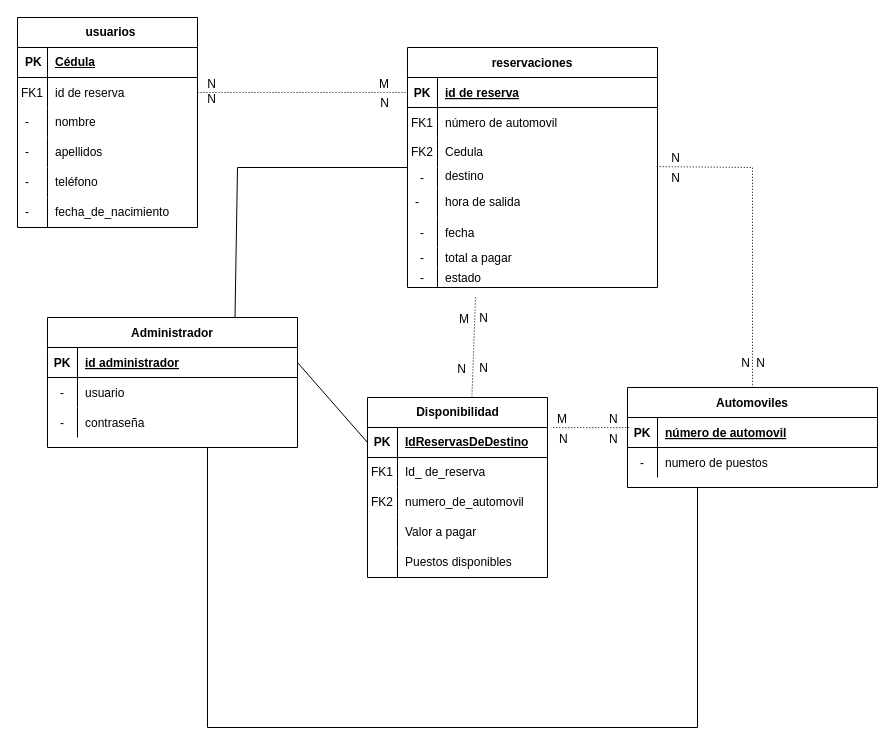
This is Diagrama_Identidad_Relacion.drawio from camiloGHS21/cacharrito_backend, a draw.io file, before an edit. Source tidied: cells renumbered, new cells numbered last; positions are measured from the earlier drawing's top-left corner, leaving out a move shared by most shapes. Both pictures are drawn from the tidied source at 100%, with x=0, y=0 at pixel (17, 17).
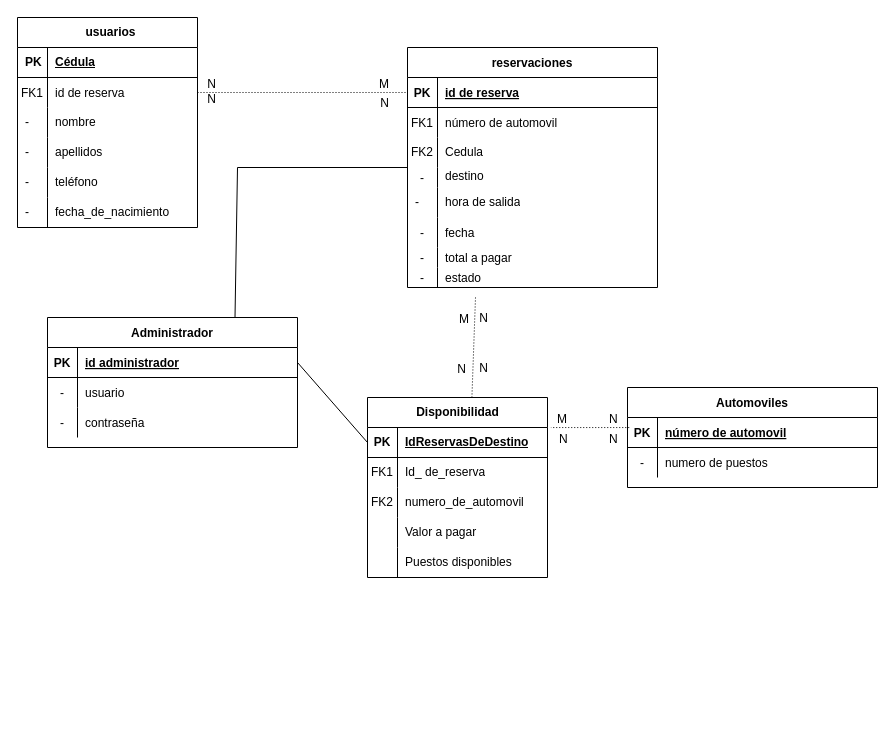
After the change.

The change refers to these unchanged cells:
```xml
<mxCell id="3" style="group;" parent="2" vertex="1">
  <mxGeometry width="860" height="630" as="geometry" />
</mxCell>
<mxCell id="14" style="shape=partialRectangle;fillColor=none;points=[[0,0.5],[1,0.5]];portConstraint=eastwest;top=0;left=0;right=0;bottom=0;" parent="4" vertex="1">
  <mxGeometry y="120" width="250" height="20" as="geometry" />
</mxCell>
<mxCell id="58" value="Automoviles" style="shape=table;startSize=30;childLayout=tableLayout;rowLines=0;fontStyle=1;align=center;" parent="3" vertex="1">
  <mxGeometry x="610" y="370" width="250" height="100" as="geometry" />
</mxCell>
```

Change to the diagram source:
```diff
@@
-    <mxCell id="68" value="N" style="html=1;whiteSpace=wrap;align=right;verticalAlign=bottom;" parent="3" vertex="1">
+    <mxCell id="68" style="html=1;whiteSpace=wrap;align=right;verticalAlign=bottom;" parent="3" vertex="1">
       <mxGeometry x="650" y="180" as="geometry">
         <mxPoint x="14" y="-11" as="offset" />
       </mxGeometry>
     </mxCell>
-    <mxCell id="69" value="N" style="html=1;whiteSpace=wrap;align=right;verticalAlign=bottom;" parent="3" vertex="1">
+    <mxCell id="69" style="html=1;whiteSpace=wrap;align=right;verticalAlign=bottom;" parent="3" vertex="1">
       <mxGeometry x="650" y="160" as="geometry">
         <mxPoint x="14" y="-11" as="offset" />
       </mxGeometry>
     </mxCell>
-    <mxCell id="70" value="N" style="html=1;whiteSpace=wrap;align=right;verticalAlign=bottom;" parent="3" vertex="1">
+    <mxCell id="70" style="html=1;whiteSpace=wrap;align=right;verticalAlign=bottom;" parent="3" vertex="1">
       <mxGeometry x="720" y="365" as="geometry">
         <mxPoint x="14" y="-11" as="offset" />
       </mxGeometry>
     </mxCell>
-    <mxCell id="71" value="N" style="html=1;whiteSpace=wrap;align=right;verticalAlign=bottom;" parent="3" vertex="1">
-      <mxGeometry x="735" y="365" as="geometry">
-        <mxPoint x="14" y="-11" as="offset" />
-      </mxGeometry>
-    </mxCell>
-    <mxCell id="72" style="endArrow=none;html=1;rounded=0;dashed=1;dashPattern=1 2;entryX=0.5;entryY=0;entryDx=0;entryDy=0;exitX=0.997;exitY=-0.045;exitDx=0;exitDy=0;exitPerimeter=0;" parent="3" edge="1" source="14" target="58">
-      <mxGeometry relative="1" as="geometry">
-        <Array as="points">
-          <mxPoint x="735" y="150" />
-        </Array>
-      </mxGeometry>
-    </mxCell>
@@
-    <mxCell id="104" style="endArrow=none;html=1;rounded=0;" parent="3" edge="1">
-      <mxGeometry relative="1" as="geometry">
-        <mxPoint x="190" y="430" as="sourcePoint" />
-        <mxPoint x="680" y="470" as="targetPoint" />
-        <Array as="points">
-          <mxPoint x="190" y="710" />
-          <mxPoint x="680" y="710" />
-        </Array>
-      </mxGeometry>
-    </mxCell>
-    <mxCell id="105" style="html=1;whiteSpace=wrap;align=right;verticalAlign=bottom;" parent="104" vertex="1">
-      <mxGeometry x="1" relative="1" as="geometry" />
-    </mxCell>
```
